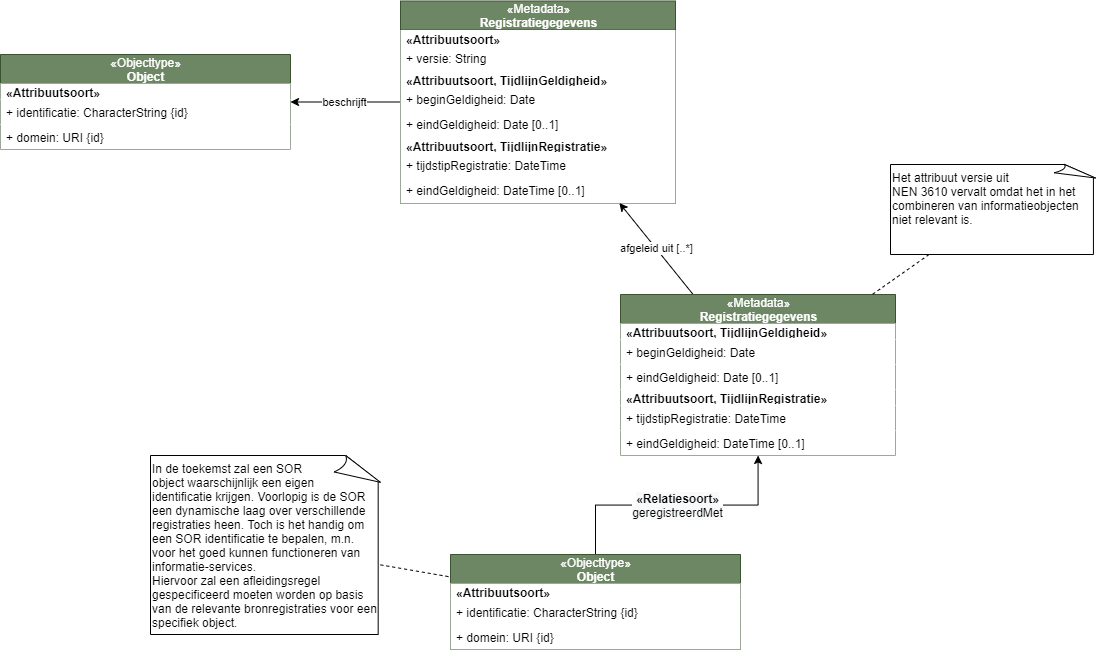
This is inhoudelijkepunten/historie.drawio.png from Geonovum/disgeo-demo-3a, a draw.io export, as it was before one commit. Source tidied: cells renumbered, new cells last; positions are measured from the earlier drawing's top-left corner, leaving out a move shared by most shapes. The source it was exported from:
```xml
<mxGraphModel>
  <root>
    <mxCell id="0" />
    <mxCell id="1" parent="0" />
    <mxCell id="2" value="&lt;span style=&quot;font-size: 12px ; background-color: rgb(248 , 249 , 250)&quot;&gt;&lt;b&gt;«Relatiesoort»&lt;br&gt;&lt;/b&gt;&lt;/span&gt;&lt;span style=&quot;font-size: 12px ; background-color: rgb(248 , 249 , 250)&quot;&gt;geregistreerdMet&lt;/span&gt;" style="edgeStyle=orthogonalEdgeStyle;rounded=0;jettySize=auto;html=1;" parent="1" edge="1" source="3" target="8">
      <mxGeometry relative="1" as="geometry" />
    </mxCell>
    <mxCell id="3" value="&lt;span style=&quot;font-weight: 400&quot;&gt;«Objecttype»&lt;/span&gt;&lt;br style=&quot;font-weight: 400&quot;&gt;Object" style="swimlane;fontStyle=1;align=center;verticalAlign=middle;horizontal=1;startSize=29;html=1;fillColor=#6d8764;strokeColor=#3A5431;fontColor=#ffffff;" parent="1" vertex="1">
      <mxGeometry x="450" y="554" width="290" height="95" as="geometry" />
    </mxCell>
    <mxCell id="4" value="&lt;span style=&quot;text-align: center&quot;&gt;&lt;b&gt;«Attribuutsoort»&lt;/b&gt;&lt;/span&gt;" style="text;html=1;align=left;verticalAlign=middle;spacingLeft=4;spacingRight=4;overflow=hidden;fillColor=#ffffff;" parent="3" vertex="1">
      <mxGeometry y="29" width="290" height="16" as="geometry" />
    </mxCell>
    <mxCell id="5" value="+ identificatie: CharacterString {id}" style="text;html=1;align=left;verticalAlign=middle;spacingLeft=4;spacingRight=4;overflow=hidden;fillColor=#ffffff;" parent="3" vertex="1">
      <mxGeometry y="45" width="290" height="25" as="geometry" />
    </mxCell>
    <mxCell id="6" value="+ domein: URI {id}" style="text;html=1;align=left;verticalAlign=middle;spacingLeft=4;spacingRight=4;overflow=hidden;fillColor=#ffffff;" parent="3" vertex="1">
      <mxGeometry y="70" width="290" height="25" as="geometry" />
    </mxCell>
    <mxCell id="7" value="afgeleid uit [..*]" style="edgeStyle=none;rounded=0;jettySize=auto;html=1;endArrow=classic;endFill=1;" parent="1" edge="1" source="8" target="20">
      <mxGeometry relative="1" as="geometry" />
    </mxCell>
    <mxCell id="8" value="&lt;span style=&quot;font-weight: 400&quot;&gt;«Metadata»&lt;/span&gt;&lt;br style=&quot;font-weight: 400&quot;&gt;Registratiegegevens" style="swimlane;fontStyle=1;align=center;verticalAlign=middle;horizontal=1;startSize=29;html=1;fillColor=#6d8764;strokeColor=#3A5431;fontColor=#ffffff;" parent="1" vertex="1">
      <mxGeometry x="620" y="294" width="275" height="161" as="geometry" />
    </mxCell>
    <mxCell id="9" value="&lt;span style=&quot;text-align: center&quot;&gt;&lt;b&gt;«Attribuutsoort, TijdlijnGeldigheid»&lt;/b&gt;&lt;/span&gt;" style="text;html=1;align=left;verticalAlign=middle;spacingLeft=4;spacingRight=4;overflow=hidden;fillColor=#ffffff;" parent="8" vertex="1">
      <mxGeometry y="29" width="275" height="16" as="geometry" />
    </mxCell>
    <mxCell id="10" value="+ beginGeldigheid: Date" style="text;html=1;align=left;verticalAlign=middle;spacingLeft=4;spacingRight=4;overflow=hidden;fillColor=#ffffff;" parent="8" vertex="1">
      <mxGeometry y="45" width="275" height="25" as="geometry" />
    </mxCell>
    <mxCell id="11" value="+ eindGeldigheid: Date [0..1]" style="text;html=1;align=left;verticalAlign=middle;spacingLeft=4;spacingRight=4;overflow=hidden;fillColor=#ffffff;" parent="8" vertex="1">
      <mxGeometry y="70" width="275" height="25" as="geometry" />
    </mxCell>
    <mxCell id="12" value="&lt;span style=&quot;text-align: center&quot;&gt;&lt;b&gt;«Attribuutsoort, TijdlijnRegistratie»&lt;/b&gt;&lt;/span&gt;" style="text;html=1;align=left;verticalAlign=middle;spacingLeft=4;spacingRight=4;overflow=hidden;fillColor=#ffffff;" parent="8" vertex="1">
      <mxGeometry y="95" width="275" height="16" as="geometry" />
    </mxCell>
    <mxCell id="13" value="+ tijdstipRegistratie: DateTime" style="text;html=1;align=left;verticalAlign=middle;spacingLeft=4;spacingRight=4;overflow=hidden;fillColor=#ffffff;" parent="8" vertex="1">
      <mxGeometry y="111" width="275" height="25" as="geometry" />
    </mxCell>
    <mxCell id="14" value="+ eindGeldigheid: DateTime [0..1]" style="text;html=1;align=left;verticalAlign=middle;spacingLeft=4;spacingRight=4;overflow=hidden;fillColor=#ffffff;" parent="8" vertex="1">
      <mxGeometry y="136" width="275" height="25" as="geometry" />
    </mxCell>
    <mxCell id="15" style="rounded=0;jettySize=auto;html=1;dashed=1;endArrow=none;endFill=0;" parent="1" edge="1" source="16" target="8">
      <mxGeometry relative="1" as="geometry" />
    </mxCell>
    <mxCell id="16" value="Het attribuut versie uit &lt;br&gt;NEN 3610 vervalt omdat het in het combineren van informatieobjecten niet relevant is.&amp;nbsp;" style="whiteSpace=wrap;html=1;shape=mxgraph.basic.document;align=left;horizontal=1;verticalAlign=top;" parent="1" vertex="1">
      <mxGeometry x="890" y="164" width="205" height="90" as="geometry" />
    </mxCell>
    <mxCell id="17" style="edgeStyle=none;rounded=0;jettySize=auto;html=1;dashed=1;endArrow=none;endFill=0;" parent="1" edge="1" source="18" target="3">
      <mxGeometry relative="1" as="geometry" />
    </mxCell>
    <mxCell id="18" value="In de toekemst zal een SOR &lt;br&gt;object waarschijnlijk een eigen &lt;br&gt;identificatie krijgen. Voorlopig is de SOR een dynamische laag over verschillende registraties heen. Toch is het handig om een SOR identificatie te bepalen, m.n. voor het goed kunnen functioneren van informatie-services.&lt;br&gt;Hiervoor zal een afleidingsregel gespecificeerd moeten worden op basis van de relevante bronregistraties voor een specifiek object." style="whiteSpace=wrap;html=1;shape=mxgraph.basic.document;align=left;horizontal=1;verticalAlign=top;" parent="1" vertex="1">
      <mxGeometry x="150" y="455" width="230" height="179" as="geometry" />
    </mxCell>
    <mxCell id="19" value="beschrijft" style="edgeStyle=none;rounded=0;jettySize=auto;html=1;endArrow=classic;endFill=1;" parent="1" edge="1" source="20" target="29">
      <mxGeometry relative="1" as="geometry" />
    </mxCell>
    <mxCell id="20" value="&lt;span style=&quot;font-weight: 400&quot;&gt;«Metadata»&lt;/span&gt;&lt;br style=&quot;font-weight: 400&quot;&gt;Registratiegegevens" style="swimlane;fontStyle=1;align=center;verticalAlign=middle;horizontal=1;startSize=29;html=1;fillColor=#6d8764;strokeColor=#3A5431;fontColor=#ffffff;" parent="1" vertex="1">
      <mxGeometry x="400" y="0.5" width="275" height="202" as="geometry" />
    </mxCell>
    <mxCell id="21" value="&lt;span style=&quot;text-align: center&quot;&gt;&lt;b&gt;«Attribuutsoort»&lt;/b&gt;&lt;/span&gt;" style="text;html=1;align=left;verticalAlign=middle;spacingLeft=4;spacingRight=4;overflow=hidden;fillColor=#ffffff;" parent="20" vertex="1">
      <mxGeometry y="29" width="275" height="16" as="geometry" />
    </mxCell>
    <mxCell id="22" value="+ versie: String" style="text;html=1;align=left;verticalAlign=middle;spacingLeft=4;spacingRight=4;overflow=hidden;fillColor=#ffffff;" parent="20" vertex="1">
      <mxGeometry y="45" width="275" height="25" as="geometry" />
    </mxCell>
    <mxCell id="23" value="&lt;span style=&quot;text-align: center&quot;&gt;&lt;b&gt;«Attribuutsoort, TijdlijnGeldigheid»&lt;/b&gt;&lt;/span&gt;" style="text;html=1;align=left;verticalAlign=middle;spacingLeft=4;spacingRight=4;overflow=hidden;fillColor=#ffffff;" parent="20" vertex="1">
      <mxGeometry y="70" width="275" height="16" as="geometry" />
    </mxCell>
    <mxCell id="24" value="+ beginGeldigheid: Date" style="text;html=1;align=left;verticalAlign=middle;spacingLeft=4;spacingRight=4;overflow=hidden;fillColor=#ffffff;" parent="20" vertex="1">
      <mxGeometry y="86" width="275" height="25" as="geometry" />
    </mxCell>
    <mxCell id="25" value="+ eindGeldigheid: Date [0..1]" style="text;html=1;align=left;verticalAlign=middle;spacingLeft=4;spacingRight=4;overflow=hidden;fillColor=#ffffff;" parent="20" vertex="1">
      <mxGeometry y="111" width="275" height="25" as="geometry" />
    </mxCell>
    <mxCell id="26" value="&lt;span style=&quot;text-align: center&quot;&gt;&lt;b&gt;«Attribuutsoort, TijdlijnRegistratie»&lt;/b&gt;&lt;/span&gt;" style="text;html=1;align=left;verticalAlign=middle;spacingLeft=4;spacingRight=4;overflow=hidden;fillColor=#ffffff;" parent="20" vertex="1">
      <mxGeometry y="136" width="275" height="16" as="geometry" />
    </mxCell>
    <mxCell id="27" value="+ tijdstipRegistratie: DateTime" style="text;html=1;align=left;verticalAlign=middle;spacingLeft=4;spacingRight=4;overflow=hidden;fillColor=#ffffff;" parent="20" vertex="1">
      <mxGeometry y="152" width="275" height="25" as="geometry" />
    </mxCell>
    <mxCell id="28" value="+ eindGeldigheid: DateTime [0..1]" style="text;html=1;align=left;verticalAlign=middle;spacingLeft=4;spacingRight=4;overflow=hidden;fillColor=#ffffff;" parent="20" vertex="1">
      <mxGeometry y="177" width="275" height="25" as="geometry" />
    </mxCell>
    <mxCell id="29" value="&lt;span style=&quot;font-weight: 400&quot;&gt;«Objecttype»&lt;/span&gt;&lt;br style=&quot;font-weight: 400&quot;&gt;Object" style="swimlane;fontStyle=1;align=center;verticalAlign=middle;horizontal=1;startSize=29;html=1;fillColor=#6d8764;strokeColor=#3A5431;fontColor=#ffffff;" parent="1" vertex="1">
      <mxGeometry y="54" width="290" height="95" as="geometry" />
    </mxCell>
    <mxCell id="30" value="&lt;span style=&quot;text-align: center&quot;&gt;&lt;b&gt;«Attribuutsoort»&lt;/b&gt;&lt;/span&gt;" style="text;html=1;align=left;verticalAlign=middle;spacingLeft=4;spacingRight=4;overflow=hidden;fillColor=#ffffff;" parent="29" vertex="1">
      <mxGeometry y="29" width="290" height="16" as="geometry" />
    </mxCell>
    <mxCell id="31" value="+ identificatie: CharacterString {id}" style="text;html=1;align=left;verticalAlign=middle;spacingLeft=4;spacingRight=4;overflow=hidden;fillColor=#ffffff;" parent="29" vertex="1">
      <mxGeometry y="45" width="290" height="25" as="geometry" />
    </mxCell>
    <mxCell id="32" value="+ domein: URI {id}" style="text;html=1;align=left;verticalAlign=middle;spacingLeft=4;spacingRight=4;overflow=hidden;fillColor=#ffffff;" parent="29" vertex="1">
      <mxGeometry y="70" width="290" height="25" as="geometry" />
    </mxCell>
  </root>
</mxGraphModel>
```
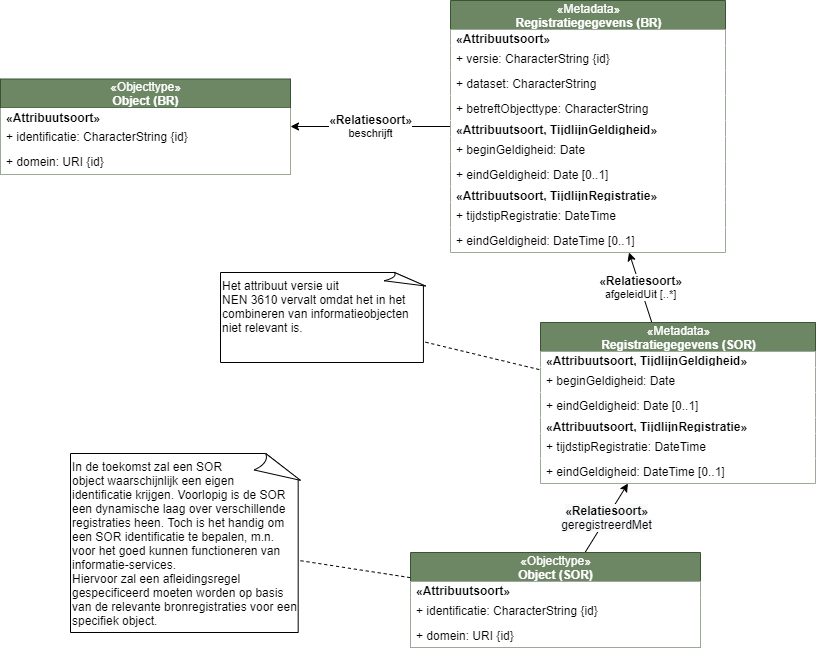
The same file after the commit.

Commit message:
toevoegen dataset en objecttype eigenschappen

Diff of the diagram source:
```diff
@@ -2,11 +2,11 @@
   <root>
     <mxCell id="0" />
     <mxCell id="1" parent="0" />
-    <mxCell id="2" value="&lt;span style=&quot;font-size: 12px ; background-color: rgb(248 , 249 , 250)&quot;&gt;&lt;b&gt;«Relatiesoort»&lt;br&gt;&lt;/b&gt;&lt;/span&gt;&lt;span style=&quot;font-size: 12px ; background-color: rgb(248 , 249 , 250)&quot;&gt;geregistreerdMet&lt;/span&gt;" style="edgeStyle=orthogonalEdgeStyle;rounded=0;jettySize=auto;html=1;" parent="1" edge="1" source="3" target="8">
+    <mxCell id="2" value="&lt;span style=&quot;font-size: 12px ; background-color: rgb(248 , 249 , 250)&quot;&gt;&lt;b&gt;«Relatiesoort»&lt;br&gt;&lt;/b&gt;&lt;/span&gt;&lt;span style=&quot;font-size: 12px ; background-color: rgb(248 , 249 , 250)&quot;&gt;geregistreerdMet&lt;/span&gt;" style="rounded=0;jettySize=auto;html=1;" parent="1" edge="1" source="3" target="8">
       <mxGeometry relative="1" as="geometry" />
     </mxCell>
-    <mxCell id="3" value="&lt;span style=&quot;font-weight: 400&quot;&gt;«Objecttype»&lt;/span&gt;&lt;br style=&quot;font-weight: 400&quot;&gt;Object" style="swimlane;fontStyle=1;align=center;verticalAlign=middle;horizontal=1;startSize=29;html=1;fillColor=#6d8764;strokeColor=#3A5431;fontColor=#ffffff;" parent="1" vertex="1">
-      <mxGeometry x="450" y="554" width="290" height="95" as="geometry" />
+    <mxCell id="3" value="&lt;span style=&quot;font-weight: 400&quot;&gt;«Objecttype»&lt;/span&gt;&lt;br style=&quot;font-weight: 400&quot;&gt;Object (SOR)" style="swimlane;fontStyle=1;align=center;verticalAlign=middle;horizontal=1;startSize=29;html=1;fillColor=#6d8764;strokeColor=#3A5431;fontColor=#ffffff;" parent="1" vertex="1">
+      <mxGeometry x="490" y="554" width="290" height="95" as="geometry" />
     </mxCell>
     <mxCell id="4" value="&lt;span style=&quot;text-align: center&quot;&gt;&lt;b&gt;«Attribuutsoort»&lt;/b&gt;&lt;/span&gt;" style="text;html=1;align=left;verticalAlign=middle;spacingLeft=4;spacingRight=4;overflow=hidden;fillColor=#ffffff;" parent="3" vertex="1">
       <mxGeometry y="29" width="290" height="16" as="geometry" />
@@ -17,11 +17,11 @@
     <mxCell id="6" value="+ domein: URI {id}" style="text;html=1;align=left;verticalAlign=middle;spacingLeft=4;spacingRight=4;overflow=hidden;fillColor=#ffffff;" parent="3" vertex="1">
       <mxGeometry y="70" width="290" height="25" as="geometry" />
     </mxCell>
-    <mxCell id="7" value="afgeleid uit [..*]" style="edgeStyle=none;rounded=0;jettySize=auto;html=1;endArrow=classic;endFill=1;" parent="1" edge="1" source="8" target="20">
+    <mxCell id="7" value="&lt;b style=&quot;font-size: 12px&quot;&gt;«Relatiesoort»&lt;br&gt;&lt;/b&gt;afgeleidUit [..*]" style="edgeStyle=none;rounded=0;jettySize=auto;html=1;endArrow=classic;endFill=1;" parent="1" edge="1" source="8" target="20">
       <mxGeometry relative="1" as="geometry" />
     </mxCell>
-    <mxCell id="8" value="&lt;span style=&quot;font-weight: 400&quot;&gt;«Metadata»&lt;/span&gt;&lt;br style=&quot;font-weight: 400&quot;&gt;Registratiegegevens" style="swimlane;fontStyle=1;align=center;verticalAlign=middle;horizontal=1;startSize=29;html=1;fillColor=#6d8764;strokeColor=#3A5431;fontColor=#ffffff;" parent="1" vertex="1">
-      <mxGeometry x="620" y="294" width="275" height="161" as="geometry" />
+    <mxCell id="8" value="&lt;span style=&quot;font-weight: 400&quot;&gt;«Metadata»&lt;/span&gt;&lt;br style=&quot;font-weight: 400&quot;&gt;Registratiegegevens (SOR)" style="swimlane;fontStyle=1;align=center;verticalAlign=middle;horizontal=1;startSize=29;html=1;fillColor=#6d8764;strokeColor=#3A5431;fontColor=#ffffff;" parent="1" vertex="1">
+      <mxGeometry x="620" y="324" width="275" height="161" as="geometry" />
     </mxCell>
     <mxCell id="9" value="&lt;span style=&quot;text-align: center&quot;&gt;&lt;b&gt;«Attribuutsoort, TijdlijnGeldigheid»&lt;/b&gt;&lt;/span&gt;" style="text;html=1;align=left;verticalAlign=middle;spacingLeft=4;spacingRight=4;overflow=hidden;fillColor=#ffffff;" parent="8" vertex="1">
       <mxGeometry y="29" width="275" height="16" as="geometry" />
@@ -45,46 +45,52 @@
       <mxGeometry relative="1" as="geometry" />
     </mxCell>
     <mxCell id="16" value="Het attribuut versie uit &lt;br&gt;NEN 3610 vervalt omdat het in het combineren van informatieobjecten niet relevant is.&amp;nbsp;" style="whiteSpace=wrap;html=1;shape=mxgraph.basic.document;align=left;horizontal=1;verticalAlign=top;" parent="1" vertex="1">
-      <mxGeometry x="890" y="164" width="205" height="90" as="geometry" />
+      <mxGeometry x="300" y="274" width="205" height="90" as="geometry" />
     </mxCell>
     <mxCell id="17" style="edgeStyle=none;rounded=0;jettySize=auto;html=1;dashed=1;endArrow=none;endFill=0;" parent="1" edge="1" source="18" target="3">
       <mxGeometry relative="1" as="geometry" />
     </mxCell>
-    <mxCell id="18" value="In de toekemst zal een SOR &lt;br&gt;object waarschijnlijk een eigen &lt;br&gt;identificatie krijgen. Voorlopig is de SOR een dynamische laag over verschillende registraties heen. Toch is het handig om een SOR identificatie te bepalen, m.n. voor het goed kunnen functioneren van informatie-services.&lt;br&gt;Hiervoor zal een afleidingsregel gespecificeerd moeten worden op basis van de relevante bronregistraties voor een specifiek object." style="whiteSpace=wrap;html=1;shape=mxgraph.basic.document;align=left;horizontal=1;verticalAlign=top;" parent="1" vertex="1">
+    <mxCell id="18" value="In de toekomst zal een SOR &lt;br&gt;object waarschijnlijk een eigen &lt;br&gt;identificatie krijgen. Voorlopig is de SOR een dynamische laag over verschillende registraties heen. Toch is het handig om een SOR identificatie te bepalen, m.n. voor het goed kunnen functioneren van informatie-services.&lt;br&gt;Hiervoor zal een afleidingsregel gespecificeerd moeten worden op basis van de relevante bronregistraties voor een specifiek object." style="whiteSpace=wrap;html=1;shape=mxgraph.basic.document;align=left;horizontal=1;verticalAlign=top;" parent="1" vertex="1">
       <mxGeometry x="150" y="455" width="230" height="179" as="geometry" />
     </mxCell>
-    <mxCell id="19" value="beschrijft" style="edgeStyle=none;rounded=0;jettySize=auto;html=1;endArrow=classic;endFill=1;" parent="1" edge="1" source="20" target="29">
+    <mxCell id="19" value="&lt;b style=&quot;font-size: 12px&quot;&gt;«Relatiesoort»&lt;br&gt;&lt;/b&gt;beschrijft" style="edgeStyle=none;rounded=0;jettySize=auto;html=1;endArrow=classic;endFill=1;" parent="1" edge="1" source="20" target="29">
       <mxGeometry relative="1" as="geometry" />
     </mxCell>
-    <mxCell id="20" value="&lt;span style=&quot;font-weight: 400&quot;&gt;«Metadata»&lt;/span&gt;&lt;br style=&quot;font-weight: 400&quot;&gt;Registratiegegevens" style="swimlane;fontStyle=1;align=center;verticalAlign=middle;horizontal=1;startSize=29;html=1;fillColor=#6d8764;strokeColor=#3A5431;fontColor=#ffffff;" parent="1" vertex="1">
-      <mxGeometry x="400" y="0.5" width="275" height="202" as="geometry" />
+    <mxCell id="20" value="&lt;span style=&quot;font-weight: 400&quot;&gt;«Metadata»&lt;/span&gt;&lt;br style=&quot;font-weight: 400&quot;&gt;Registratiegegevens (BR)" style="swimlane;fontStyle=1;align=center;verticalAlign=middle;horizontal=1;startSize=29;html=1;fillColor=#6d8764;strokeColor=#3A5431;fontColor=#ffffff;" parent="1" vertex="1">
+      <mxGeometry x="530" y="2" width="275" height="252" as="geometry" />
     </mxCell>
     <mxCell id="21" value="&lt;span style=&quot;text-align: center&quot;&gt;&lt;b&gt;«Attribuutsoort»&lt;/b&gt;&lt;/span&gt;" style="text;html=1;align=left;verticalAlign=middle;spacingLeft=4;spacingRight=4;overflow=hidden;fillColor=#ffffff;" parent="20" vertex="1">
       <mxGeometry y="29" width="275" height="16" as="geometry" />
     </mxCell>
-    <mxCell id="22" value="+ versie: String" style="text;html=1;align=left;verticalAlign=middle;spacingLeft=4;spacingRight=4;overflow=hidden;fillColor=#ffffff;" parent="20" vertex="1">
+    <mxCell id="22" value="+ versie: CharacterString {id}" style="text;html=1;align=left;verticalAlign=middle;spacingLeft=4;spacingRight=4;overflow=hidden;fillColor=#ffffff;" parent="20" vertex="1">
       <mxGeometry y="45" width="275" height="25" as="geometry" />
     </mxCell>
+    <mxCell id="33" value="+ dataset: CharacterString" style="text;html=1;align=left;verticalAlign=middle;spacingLeft=4;spacingRight=4;overflow=hidden;fillColor=#ffffff;" parent="20" vertex="1">
+      <mxGeometry y="70" width="275" height="25" as="geometry" />
+    </mxCell>
+    <mxCell id="34" value="+ betreftObjecttype: CharacterString" style="text;html=1;align=left;verticalAlign=middle;spacingLeft=4;spacingRight=4;overflow=hidden;fillColor=#ffffff;" parent="20" vertex="1">
+      <mxGeometry y="95" width="275" height="25" as="geometry" />
+    </mxCell>
     <mxCell id="23" value="&lt;span style=&quot;text-align: center&quot;&gt;&lt;b&gt;«Attribuutsoort, TijdlijnGeldigheid»&lt;/b&gt;&lt;/span&gt;" style="text;html=1;align=left;verticalAlign=middle;spacingLeft=4;spacingRight=4;overflow=hidden;fillColor=#ffffff;" parent="20" vertex="1">
-      <mxGeometry y="70" width="275" height="16" as="geometry" />
+      <mxGeometry y="120" width="275" height="16" as="geometry" />
     </mxCell>
     <mxCell id="24" value="+ beginGeldigheid: Date" style="text;html=1;align=left;verticalAlign=middle;spacingLeft=4;spacingRight=4;overflow=hidden;fillColor=#ffffff;" parent="20" vertex="1">
-      <mxGeometry y="86" width="275" height="25" as="geometry" />
+      <mxGeometry y="136" width="275" height="25" as="geometry" />
     </mxCell>
     <mxCell id="25" value="+ eindGeldigheid: Date [0..1]" style="text;html=1;align=left;verticalAlign=middle;spacingLeft=4;spacingRight=4;overflow=hidden;fillColor=#ffffff;" parent="20" vertex="1">
-      <mxGeometry y="111" width="275" height="25" as="geometry" />
+      <mxGeometry y="161" width="275" height="25" as="geometry" />
     </mxCell>
     <mxCell id="26" value="&lt;span style=&quot;text-align: center&quot;&gt;&lt;b&gt;«Attribuutsoort, TijdlijnRegistratie»&lt;/b&gt;&lt;/span&gt;" style="text;html=1;align=left;verticalAlign=middle;spacingLeft=4;spacingRight=4;overflow=hidden;fillColor=#ffffff;" parent="20" vertex="1">
-      <mxGeometry y="136" width="275" height="16" as="geometry" />
+      <mxGeometry y="186" width="275" height="16" as="geometry" />
     </mxCell>
     <mxCell id="27" value="+ tijdstipRegistratie: DateTime" style="text;html=1;align=left;verticalAlign=middle;spacingLeft=4;spacingRight=4;overflow=hidden;fillColor=#ffffff;" parent="20" vertex="1">
-      <mxGeometry y="152" width="275" height="25" as="geometry" />
+      <mxGeometry y="202" width="275" height="25" as="geometry" />
     </mxCell>
     <mxCell id="28" value="+ eindGeldigheid: DateTime [0..1]" style="text;html=1;align=left;verticalAlign=middle;spacingLeft=4;spacingRight=4;overflow=hidden;fillColor=#ffffff;" parent="20" vertex="1">
-      <mxGeometry y="177" width="275" height="25" as="geometry" />
+      <mxGeometry y="227" width="275" height="25" as="geometry" />
     </mxCell>
-    <mxCell id="29" value="&lt;span style=&quot;font-weight: 400&quot;&gt;«Objecttype»&lt;/span&gt;&lt;br style=&quot;font-weight: 400&quot;&gt;Object" style="swimlane;fontStyle=1;align=center;verticalAlign=middle;horizontal=1;startSize=29;html=1;fillColor=#6d8764;strokeColor=#3A5431;fontColor=#ffffff;" parent="1" vertex="1">
-      <mxGeometry y="54" width="290" height="95" as="geometry" />
+    <mxCell id="29" value="&lt;span style=&quot;font-weight: 400&quot;&gt;«Objecttype»&lt;/span&gt;&lt;br style=&quot;font-weight: 400&quot;&gt;Object (BR)" style="swimlane;fontStyle=1;align=center;verticalAlign=middle;horizontal=1;startSize=29;html=1;fillColor=#6d8764;strokeColor=#3A5431;fontColor=#ffffff;" parent="1" vertex="1">
+      <mxGeometry x="80" y="80.5" width="290" height="95" as="geometry" />
     </mxCell>
     <mxCell id="30" value="&lt;span style=&quot;text-align: center&quot;&gt;&lt;b&gt;«Attribuutsoort»&lt;/b&gt;&lt;/span&gt;" style="text;html=1;align=left;verticalAlign=middle;spacingLeft=4;spacingRight=4;overflow=hidden;fillColor=#ffffff;" parent="29" vertex="1">
       <mxGeometry y="29" width="290" height="16" as="geometry" />
```
